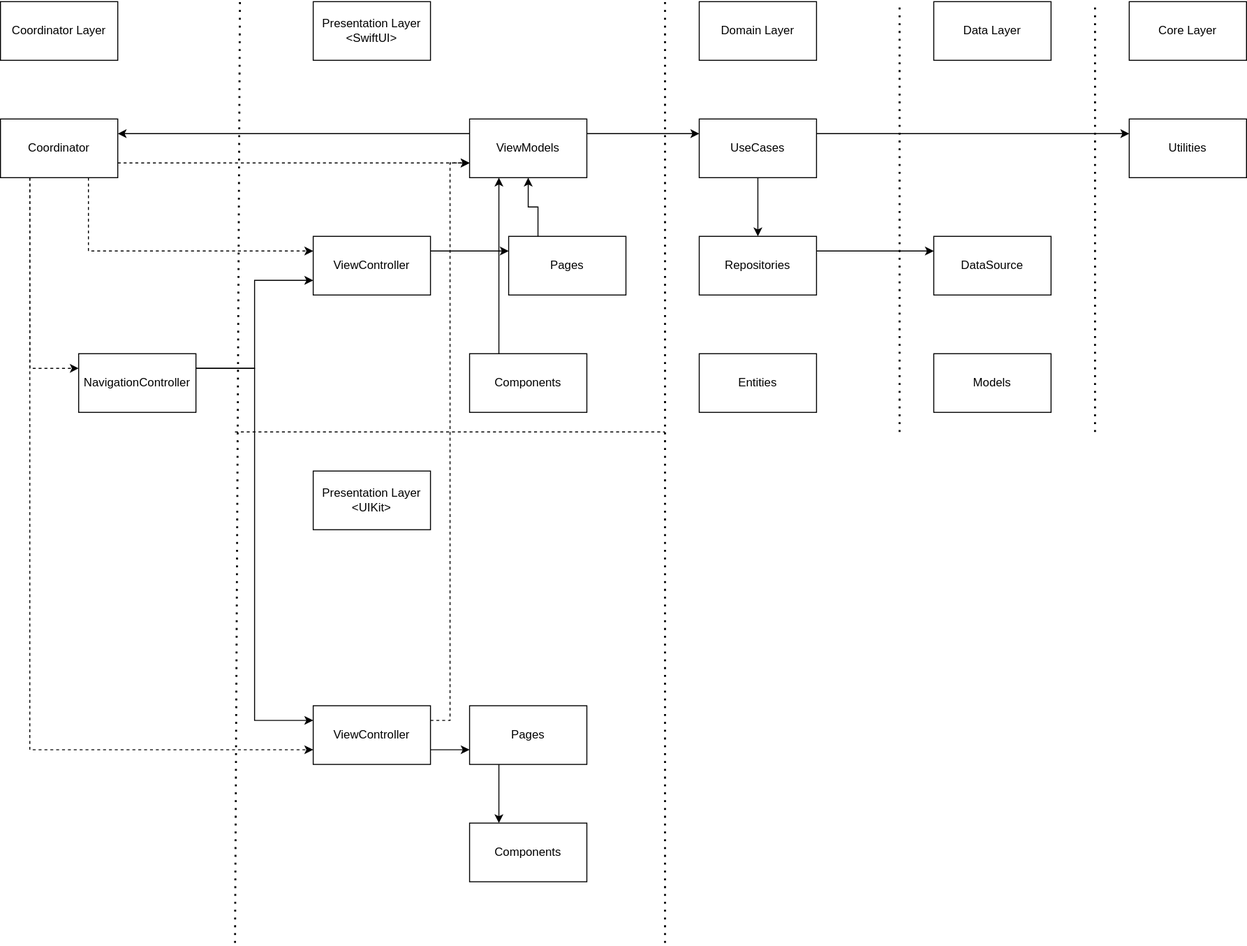
The draw.io diagram assets/MRT Jakarta Navigation Use Cases-Clean Architecture Programming.drawio.svg in jasonrichdarmawan/ProtocolExample, before a commit. Source tidied: cells renumbered, new cells last; positions are measured from the earlier drawing's top-left corner, leaving out a move shared by most shapes.
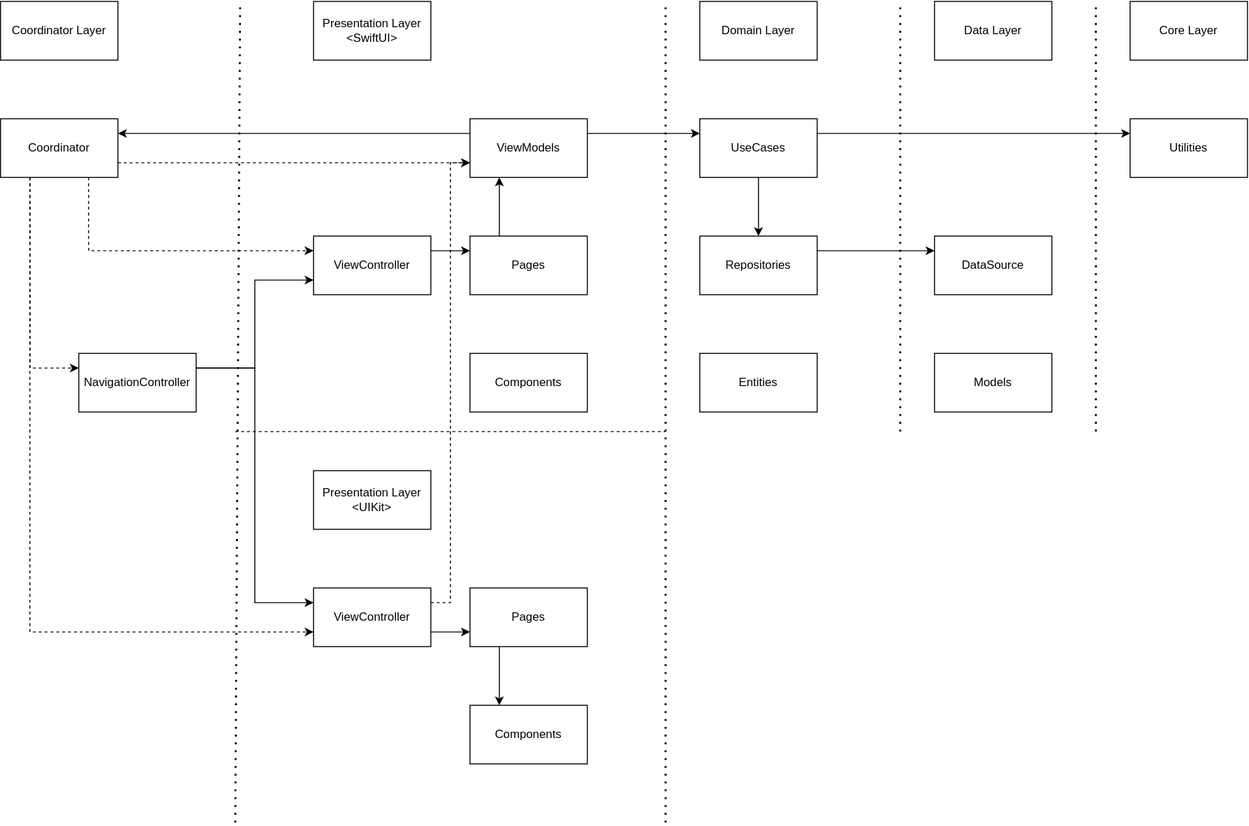
Later version of the same file.

Commit message:
chore: update design pattern

Diff of the diagram source:
```diff
@@ -5,11 +5,11 @@
     <mxCell id="2" value="Presentation Layer&lt;br&gt;&amp;lt;SwiftUI&amp;gt;" style="rounded=0;whiteSpace=wrap;html=1;" parent="1" vertex="1">
       <mxGeometry x="320" width="120" height="60" as="geometry" />
     </mxCell>
-    <mxCell id="3" style="edgeStyle=orthogonalEdgeStyle;rounded=0;jettySize=auto;html=1;entryX=0.5;entryY=1;entryDx=0;entryDy=0;exitX=0.25;exitY=0;exitDx=0;exitDy=0;" parent="1" edge="1" source="4" target="7">
+    <mxCell id="3" style="edgeStyle=orthogonalEdgeStyle;rounded=0;jettySize=auto;html=1;entryX=0.25;entryY=1;entryDx=0;entryDy=0;exitX=0.25;exitY=0;exitDx=0;exitDy=0;" parent="1" edge="1" source="4" target="7">
       <mxGeometry relative="1" as="geometry" />
     </mxCell>
     <mxCell id="4" value="Pages" style="rounded=0;whiteSpace=wrap;html=1;" parent="1" vertex="1">
-      <mxGeometry x="520" y="240" width="120" height="60" as="geometry" />
+      <mxGeometry x="480" y="240" width="120" height="60" as="geometry" />
     </mxCell>
     <mxCell id="5" style="edgeStyle=orthogonalEdgeStyle;rounded=0;jettySize=auto;html=1;entryX=0;entryY=0.25;entryDx=0;entryDy=0;exitX=1;exitY=0.25;exitDx=0;exitDy=0;" parent="1" edge="1" source="7" target="14">
       <mxGeometry relative="1" as="geometry" />
@@ -20,9 +20,6 @@
     <mxCell id="7" value="ViewModels" style="rounded=0;whiteSpace=wrap;html=1;" parent="1" vertex="1">
       <mxGeometry x="480" y="120" width="120" height="60" as="geometry" />
     </mxCell>
-    <mxCell id="8" style="edgeStyle=orthogonalEdgeStyle;rounded=0;jettySize=auto;html=1;entryX=0.25;entryY=1;entryDx=0;entryDy=0;exitX=0.25;exitY=0;exitDx=0;exitDy=0;" parent="1" edge="1" source="9" target="7">
-      <mxGeometry relative="1" as="geometry" />
-    </mxCell>
     <mxCell id="9" value="Components" style="rounded=0;whiteSpace=wrap;html=1;" parent="1" vertex="1">
       <mxGeometry x="480" y="360" width="120" height="60" as="geometry" />
     </mxCell>
@@ -58,7 +55,7 @@
     </mxCell>
     <mxCell id="20" style="endArrow=none;dashed=1;html=1;dashPattern=1 3;strokeWidth=2;rounded=0;" parent="1" edge="1">
       <mxGeometry relative="1" as="geometry">
-        <mxPoint x="680" y="962.5" as="sourcePoint" />
+        <mxPoint x="680" y="840" as="sourcePoint" />
         <mxPoint x="680" as="targetPoint" />
       </mxGeometry>
     </mxCell>
@@ -85,7 +82,7 @@
     </mxCell>
     <mxCell id="26" style="endArrow=none;dashed=1;html=1;dashPattern=1 3;strokeWidth=2;rounded=0;" parent="1" edge="1">
       <mxGeometry relative="1" as="geometry">
-        <mxPoint x="240" y="962.5" as="sourcePoint" />
+        <mxPoint x="240" y="840" as="sourcePoint" />
         <mxPoint x="245" as="targetPoint" />
       </mxGeometry>
     </mxCell>
@@ -126,10 +123,10 @@
       <mxGeometry relative="1" as="geometry" />
     </mxCell>
     <mxCell id="39" value="Pages" style="rounded=0;whiteSpace=wrap;html=1;" parent="1" vertex="1">
-      <mxGeometry x="480" y="720" width="120" height="60" as="geometry" />
+      <mxGeometry x="480" y="600" width="120" height="60" as="geometry" />
     </mxCell>
     <mxCell id="40" value="Components" style="rounded=0;whiteSpace=wrap;html=1;" parent="1" vertex="1">
-      <mxGeometry x="480" y="840" width="120" height="60" as="geometry" />
+      <mxGeometry x="480" y="720" width="120" height="60" as="geometry" />
     </mxCell>
     <mxCell id="41" style="edgeStyle=orthogonalEdgeStyle;rounded=0;jettySize=auto;html=1;entryX=0;entryY=0.75;entryDx=0;entryDy=0;exitX=1;exitY=0.75;exitDx=0;exitDy=0;" parent="1" edge="1" source="43" target="39">
       <mxGeometry relative="1" as="geometry" />
@@ -138,7 +135,7 @@
       <mxGeometry relative="1" as="geometry" />
     </mxCell>
     <mxCell id="43" value="ViewController" style="rounded=0;whiteSpace=wrap;html=1;" parent="1" vertex="1">
-      <mxGeometry x="320" y="720" width="120" height="60" as="geometry" />
+      <mxGeometry x="320" y="600" width="120" height="60" as="geometry" />
     </mxCell>
     <mxCell id="44" style="endArrow=none;dashed=1;html=1;rounded=0;" parent="1" edge="1">
       <mxGeometry relative="1" as="geometry">
```
